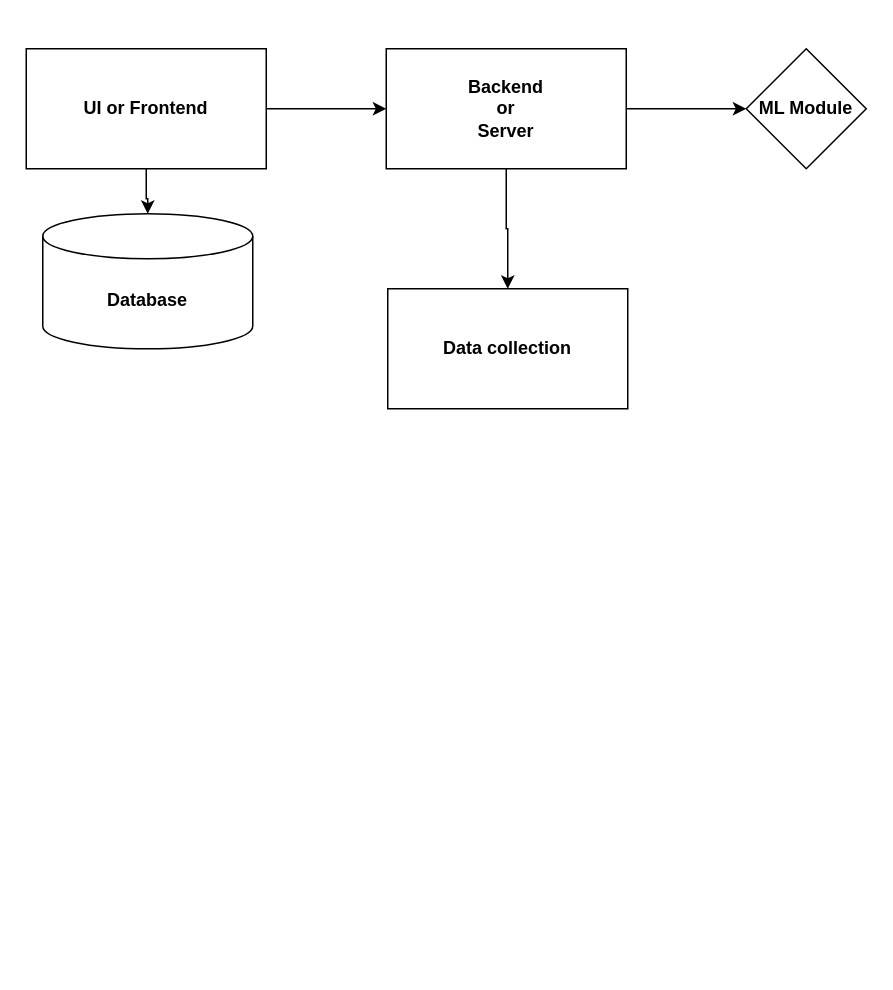
The draw.io diagram Untitled Diagram.drawio in adeshkumarpandey/2, before the edit. Source tidied: cells renumbered, new cells numbered last; positions are measured from the earlier drawing's top-left corner, leaving out a move shared by most shapes. Both pictures are drawn from the tidied source at 150%, with x=0, y=0 at pixel (26, 48). Pictures stored in the file or linked from it are replaced by grey dashed boxes.
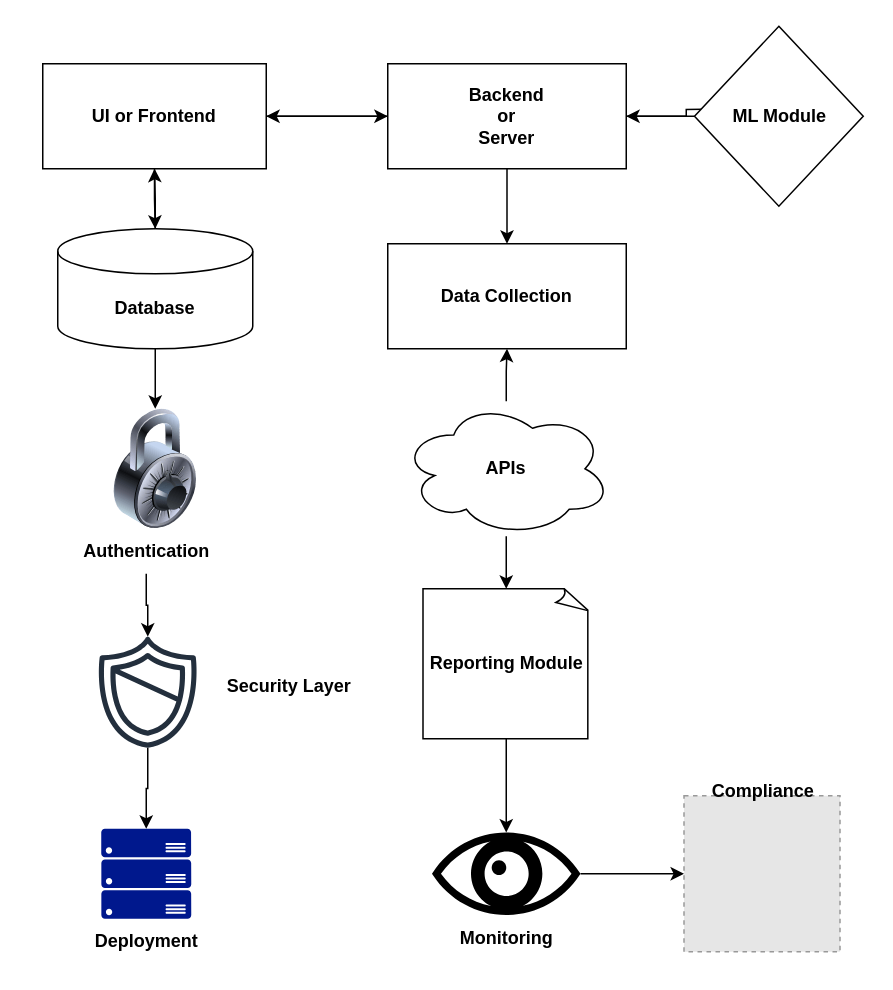
The same diagram, later.

Diff of the diagram source:
```diff
@@
     <mxCell id="4" value="&lt;b&gt;UI or Frontend&lt;/b&gt;" style="rounded=0;whiteSpace=wrap;html=1;" parent="1" vertex="1">
-      <mxGeometry width="160" height="80" as="geometry" />
+      <mxGeometry x="11" y="10" width="149" height="70" as="geometry" />
     </mxCell>
@@
+    <mxCell id="11" style="edgeStyle=orthogonalEdgeStyle;rounded=0;jettySize=auto;html=1;entryX=1;entryY=0.5;entryDx=0;entryDy=0;" parent="1" edge="1" source="7" target="4">
+      <mxGeometry relative="1" as="geometry" />
+    </mxCell>
     <mxCell id="7" value="&lt;b&gt;Backend&lt;br&gt;or&lt;br&gt;Server&lt;/b&gt;" style="rounded=0;whiteSpace=wrap;html=1;" parent="1" vertex="1">
-      <mxGeometry x="240" width="160" height="80" as="geometry" />
+      <mxGeometry x="241" y="10" width="159" height="70" as="geometry" />
     </mxCell>
+    <mxCell id="12" style="edgeStyle=orthogonalEdgeStyle;rounded=0;jettySize=auto;html=1;" parent="1" edge="1" source="8" target="7">
+      <mxGeometry relative="1" as="geometry" />
+    </mxCell>
     <mxCell id="8" value="&lt;b&gt;ML Module&lt;/b&gt;" style="rhombus;whiteSpace=wrap;html=1;" parent="1" vertex="1">
-      <mxGeometry x="480" width="80" height="80" as="geometry" />
+      <mxGeometry x="445.5" y="-15" width="112.5" height="120" as="geometry" />
     </mxCell>
+    <mxCell id="13" style="edgeStyle=orthogonalEdgeStyle;rounded=0;jettySize=auto;html=1;" parent="1" edge="1" source="9" target="18">
+      <mxGeometry relative="1" as="geometry" />
+    </mxCell>
+    <mxCell id="14" style="edgeStyle=orthogonalEdgeStyle;rounded=0;jettySize=auto;html=1;" parent="1" edge="1" source="9" target="4">
+      <mxGeometry relative="1" as="geometry" />
+    </mxCell>
     <mxCell id="9" value="&lt;b&gt;Database&lt;/b&gt;" style="shape=cylinder3;whiteSpace=wrap;html=1;boundedLbl=1;backgroundOutline=1;size=15;" parent="1" vertex="1">
-      <mxGeometry x="11" y="110" width="140" height="90" as="geometry" />
+      <mxGeometry x="21" y="120" width="130" height="80" as="geometry" />
     </mxCell>
-    <mxCell id="10" value="&lt;b&gt;Data collection&lt;/b&gt;" style="whiteSpace=wrap;html=1;rounded=0;" parent="1" vertex="1">
-      <mxGeometry x="241" y="160" width="160" height="80" as="geometry" />
+    <mxCell id="10" value="&lt;b&gt;Data Collection&lt;/b&gt;" style="whiteSpace=wrap;html=1;rounded=0;" parent="1" vertex="1">
+      <mxGeometry x="241" y="130" width="159" height="70" as="geometry" />
     </mxCell>
+    <mxCell id="15" style="edgeStyle=orthogonalEdgeStyle;rounded=0;jettySize=auto;html=1;" parent="1" edge="1" source="17" target="25">
+      <mxGeometry relative="1" as="geometry" />
+    </mxCell>
+    <mxCell id="16" style="edgeStyle=orthogonalEdgeStyle;rounded=0;jettySize=auto;html=1;entryX=0.5;entryY=1;entryDx=0;entryDy=0;" parent="1" edge="1" source="17" target="10">
+      <mxGeometry relative="1" as="geometry" />
+    </mxCell>
+    <mxCell id="17" value="&lt;b&gt;APIs&lt;/b&gt;" style="ellipse;shape=cloud;whiteSpace=wrap;html=1;" parent="1" vertex="1">
+      <mxGeometry x="250" y="235" width="140" height="90" as="geometry" />
+    </mxCell>
+    <mxCell id="18" style="image;html=1;image=img/lib/clip_art/general/Lock_128x128.png;" parent="1" vertex="1">
+      <mxGeometry x="46" y="240" width="80" height="80" as="geometry" />
+    </mxCell>
+    <mxCell id="19" style="edgeStyle=orthogonalEdgeStyle;rounded=0;jettySize=auto;html=1;" parent="1" edge="1" source="20" target="22">
+      <mxGeometry relative="1" as="geometry" />
+    </mxCell>
+    <mxCell id="20" value="&lt;b&gt;Authentication&lt;/b&gt;" style="text;html=1;align=center;verticalAlign=middle;points=[];strokeColor=none;fillColor=none;" parent="1" vertex="1">
+      <mxGeometry x="25" y="320" width="110" height="30" as="geometry" />
+    </mxCell>
+    <mxCell id="21" style="edgeStyle=orthogonalEdgeStyle;rounded=0;jettySize=auto;html=1;" parent="1" edge="1" source="22" target="29">
+      <mxGeometry relative="1" as="geometry" />
+    </mxCell>
+    <mxCell id="22" style="sketch=0;outlineConnect=0;fontColor=#232F3E;gradientColor=none;fillColor=#232F3D;strokeColor=none;dashed=0;verticalLabelPosition=bottom;verticalAlign=top;align=center;html=1;fontSize=12;fontStyle=0;shape=mxgraph.aws4.shield2;" parent="1" vertex="1">
+      <mxGeometry x="42" y="390" width="78" height="78" as="geometry" />
+    </mxCell>
+    <mxCell id="23" value="&lt;b&gt;Security Layer&lt;/b&gt;" style="text;html=1;align=center;verticalAlign=middle;strokeColor=none;fillColor=none;" parent="1" vertex="1">
+      <mxGeometry x="120" y="410" width="110" height="30" as="geometry" />
+    </mxCell>
+    <mxCell id="24" style="edgeStyle=orthogonalEdgeStyle;rounded=0;jettySize=auto;html=1;" parent="1" edge="1" source="25" target="27">
+      <mxGeometry relative="1" as="geometry" />
+    </mxCell>
+    <mxCell id="25" value="&lt;b&gt;Reporting Module&lt;/b&gt;" style="whiteSpace=wrap;html=1;shape=mxgraph.basic.document;" parent="1" vertex="1">
+      <mxGeometry x="264.5" y="360" width="111" height="100" as="geometry" />
+    </mxCell>
+    <mxCell id="26" style="edgeStyle=orthogonalEdgeStyle;rounded=0;jettySize=auto;html=1;entryX=0;entryY=0.5;entryDx=0;entryDy=0;" parent="1" edge="1" source="27" target="31">
+      <mxGeometry relative="1" as="geometry" />
+    </mxCell>
+    <mxCell id="27" style="shape=mxgraph.signs.healthcare.eye;html=1;fillColor=#000000;strokeColor=none;verticalLabelPosition=bottom;verticalAlign=top;align=center;" parent="1" vertex="1">
+      <mxGeometry x="270.5" y="522.5" width="99" height="55" as="geometry" />
+    </mxCell>
+    <mxCell id="28" value="&lt;b&gt;Monitoring&lt;/b&gt;" style="text;html=1;align=center;verticalAlign=middle;strokeColor=none;fillColor=none;" parent="1" vertex="1">
+      <mxGeometry x="275" y="577.5" width="90" height="30" as="geometry" />
+    </mxCell>
+    <mxCell id="29" style="sketch=0;shadow=0;dashed=0;html=1;strokeColor=none;labelPosition=center;verticalLabelPosition=bottom;verticalAlign=top;align=center;fillColor=#00188D;shape=mxgraph.azure.server_rack;" parent="1" vertex="1">
+      <mxGeometry x="50" y="520" width="60" height="60" as="geometry" />
+    </mxCell>
+    <mxCell id="30" value="&lt;b&gt;Deployment&lt;/b&gt;" style="text;html=1;align=center;verticalAlign=middle;strokeColor=none;fillColor=none;" parent="1" vertex="1">
+      <mxGeometry x="35" y="580" width="90" height="30" as="geometry" />
+    </mxCell>
+    <mxCell id="31" style="fillColor=#E6E6E6;strokeColor=#999999;dashed=1;html=1;verticalAlign=top;verticalLabelPosition=bottom;labelBackgroundColor=#ffffff;" parent="1" vertex="1">
+      <mxGeometry x="438.5" y="498" width="104" height="104" as="geometry" />
+    </mxCell>
+    <mxCell id="32" value="&lt;b&gt;Compliance&lt;/b&gt;" style="text;html=1;align=center;verticalAlign=middle;strokeColor=none;fillColor=none;" parent="1" vertex="1">
+      <mxGeometry x="445.5" y="480" width="90" height="30" as="geometry" />
+    </mxCell>
```
